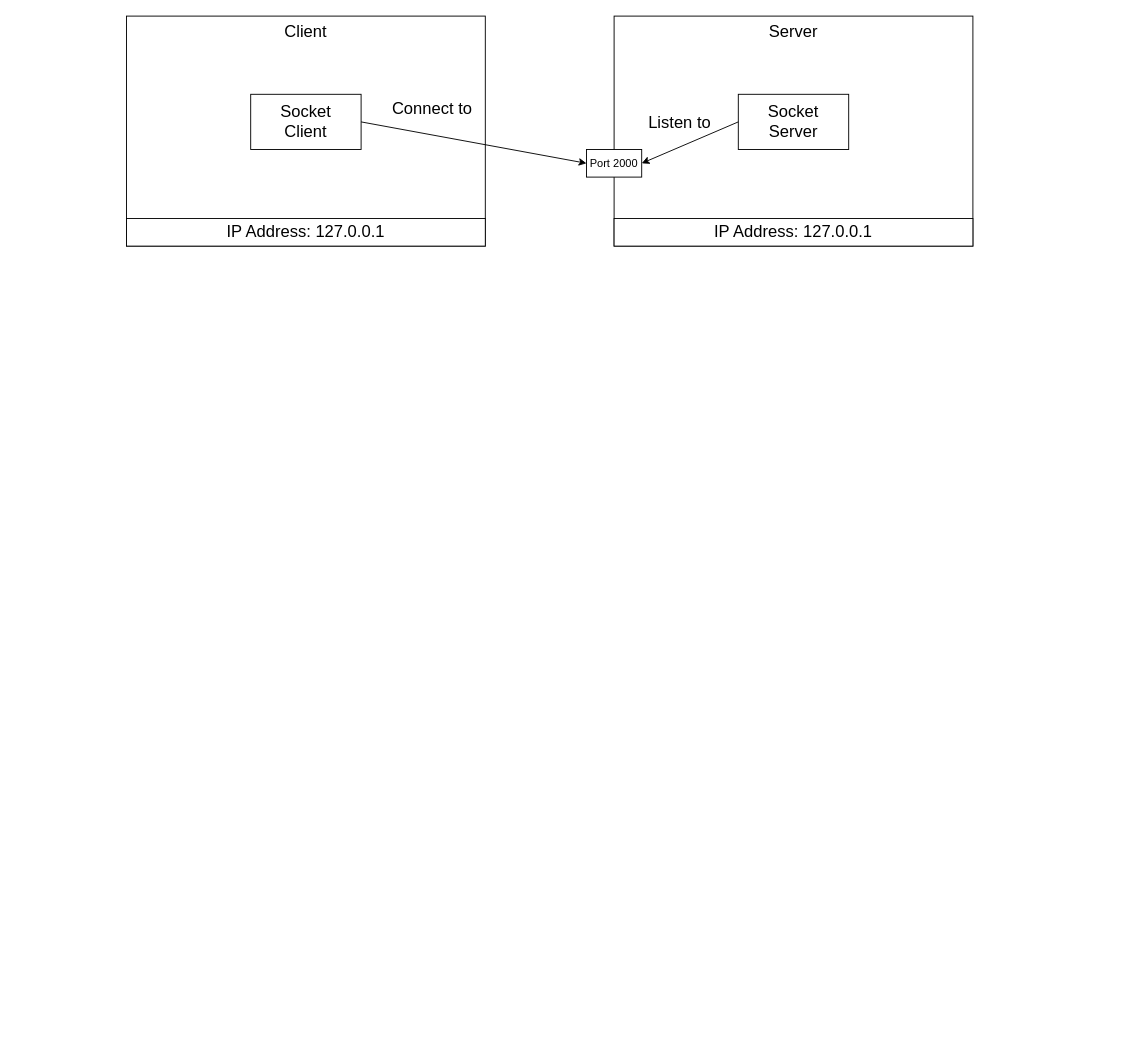
codesmurf/st3its3_teaching keeps this draw.io diagram as page "Page-3" (3 of 5) of 07 Networks/diagrams-networking.drawio. Above is the earlier version. Source tidied: cells renumbered, new cells numbered last; positions are measured from the earlier drawing's top-left corner, leaving out a move shared by most shapes. Both pictures are drawn from the tidied source at 92%, with x=0, y=0 at pixel (126, 16).
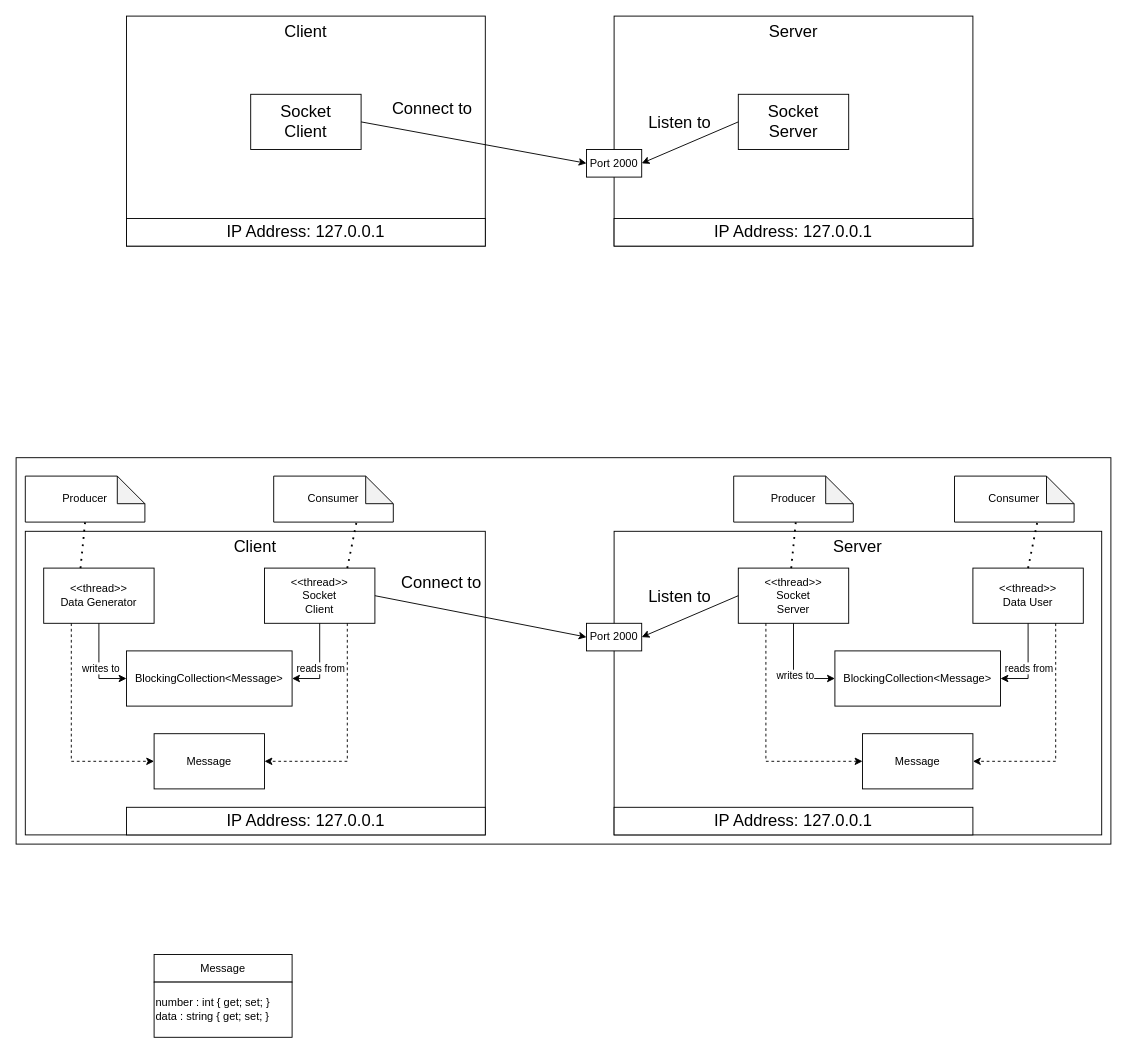
The same page after the edit.

Commit message (it also covers changes not shown here):
added more exercises, with a simple setup sending message objects from client to server using blockingcollection on both sides

The edit, as a diff of the source:
```diff
@@
+    <mxCell id="13" style="rounded=0;whiteSpace=wrap;html=1;" parent="1" vertex="1">
+      <mxGeometry x="-120" y="480" width="1190" height="420" as="geometry" />
+    </mxCell>
@@
+    <mxCell id="14" value="&lt;font style=&quot;font-size: 18px;&quot;&gt;Server&lt;/font&gt;" style="rounded=0;whiteSpace=wrap;html=1;verticalAlign=top;" parent="1" vertex="1">
+      <mxGeometry x="530" y="560" width="530" height="330" as="geometry" />
+    </mxCell>
+    <mxCell id="15" value="Port 2000" style="rounded=0;whiteSpace=wrap;html=1;" parent="1" vertex="1">
+      <mxGeometry x="500" y="660" width="60" height="30" as="geometry" />
+    </mxCell>
+    <mxCell id="16" value="&lt;div&gt;&amp;lt;&amp;lt;thread&amp;gt;&amp;gt;&lt;/div&gt;Socket&lt;br&gt;Server" style="rounded=0;whiteSpace=wrap;html=1;fontSize=12;" parent="1" vertex="1">
+      <mxGeometry x="665" y="600" width="120" height="60" as="geometry" />
+    </mxCell>
+    <mxCell id="17" value="IP Address: 127.0.0.1" style="rounded=0;whiteSpace=wrap;html=1;fontSize=18;" parent="1" vertex="1">
+      <mxGeometry x="530" y="860" width="390" height="30" as="geometry" />
+    </mxCell>
+    <mxCell id="18" style="endArrow=classic;html=1;rounded=0;fontSize=18;entryX=1;entryY=0.5;entryDx=0;entryDy=0;exitX=0;exitY=0.5;exitDx=0;exitDy=0;" parent="1" edge="1" source="16" target="15">
+      <mxGeometry relative="1" as="geometry" />
+    </mxCell>
+    <mxCell id="19" value="Listen to" style="edgeLabel;html=1;align=center;verticalAlign=middle;fontSize=18;" parent="18" vertex="1">
+      <mxGeometry x="-0.45" y="2" relative="1" as="geometry">
+        <mxPoint x="-37" y="-14" as="offset" />
+      </mxGeometry>
+    </mxCell>
+    <mxCell id="20" value="&lt;font style=&quot;font-size: 18px;&quot;&gt;Client&lt;/font&gt;" style="rounded=0;whiteSpace=wrap;html=1;verticalAlign=top;" parent="1" vertex="1">
+      <mxGeometry x="-110" y="560" width="500" height="330" as="geometry" />
+    </mxCell>
+    <mxCell id="21" value="&lt;div&gt;&amp;lt;&amp;lt;thread&amp;gt;&amp;gt;&lt;/div&gt;Socket&lt;br&gt;Client" style="rounded=0;whiteSpace=wrap;html=1;fontSize=12;" parent="1" vertex="1">
+      <mxGeometry x="150" y="600" width="120" height="60" as="geometry" />
+    </mxCell>
+    <mxCell id="22" value="IP Address: 127.0.0.1" style="rounded=0;whiteSpace=wrap;html=1;fontSize=18;" parent="1" vertex="1">
+      <mxGeometry y="860" width="390" height="30" as="geometry" />
+    </mxCell>
+    <mxCell id="23" style="endArrow=classic;html=1;rounded=0;fontSize=18;entryX=0;entryY=0.5;entryDx=0;entryDy=0;exitX=1;exitY=0.5;exitDx=0;exitDy=0;" parent="1" edge="1" source="21" target="15">
+      <mxGeometry relative="1" as="geometry" />
+    </mxCell>
+    <mxCell id="24" value="Connect to" style="edgeLabel;html=1;align=center;verticalAlign=middle;fontSize=18;" parent="23" vertex="1">
+      <mxGeometry x="-0.45" y="2" relative="1" as="geometry">
+        <mxPoint x="8" y="-25" as="offset" />
+      </mxGeometry>
+    </mxCell>
+    <mxCell id="25" value="&lt;div&gt;&amp;lt;&amp;lt;thread&amp;gt;&amp;gt;&lt;/div&gt;Data Generator" style="rounded=0;whiteSpace=wrap;html=1;" parent="1" vertex="1">
+      <mxGeometry x="-90" y="600" width="120" height="60" as="geometry" />
+    </mxCell>
+    <mxCell id="26" value="&lt;div&gt;&amp;lt;&amp;lt;thread&amp;gt;&amp;gt;&lt;/div&gt;Data User" style="rounded=0;whiteSpace=wrap;html=1;" parent="1" vertex="1">
+      <mxGeometry x="920" y="600" width="120" height="60" as="geometry" />
+    </mxCell>
+    <mxCell id="27" value="BlockingCollection&amp;lt;Message&amp;gt;" style="rounded=0;whiteSpace=wrap;html=1;" parent="1" vertex="1">
+      <mxGeometry y="690" width="180" height="60" as="geometry" />
+    </mxCell>
+    <mxCell id="28" value="Message" style="rounded=0;whiteSpace=wrap;html=1;" parent="1" vertex="1">
+      <mxGeometry x="30" y="780" width="120" height="60" as="geometry" />
+    </mxCell>
+    <mxCell id="29" value="BlockingCollection&amp;lt;Message&amp;gt;" style="rounded=0;whiteSpace=wrap;html=1;" parent="1" vertex="1">
+      <mxGeometry x="770" y="690" width="180" height="60" as="geometry" />
+    </mxCell>
+    <mxCell id="30" value="Message" style="rounded=0;whiteSpace=wrap;html=1;" parent="1" vertex="1">
+      <mxGeometry x="800" y="780" width="120" height="60" as="geometry" />
+    </mxCell>
+    <mxCell id="31" style="endArrow=classic;startArrow=none;html=1;rounded=0;startFill=0;exitX=0.5;exitY=1;exitDx=0;exitDy=0;entryX=0;entryY=0.5;entryDx=0;entryDy=0;" parent="1" edge="1" source="25" target="27">
+      <mxGeometry relative="1" as="geometry">
+        <Array as="points">
+          <mxPoint x="-30" y="720" />
+        </Array>
+      </mxGeometry>
+    </mxCell>
+    <mxCell id="32" value="writes to" style="edgeLabel;html=1;align=center;verticalAlign=middle;" parent="31" vertex="1">
+      <mxGeometry x="0.07" y="1" relative="1" as="geometry" />
+    </mxCell>
+    <mxCell id="33" style="endArrow=classic;startArrow=none;html=1;rounded=0;startFill=0;exitX=0.5;exitY=1;exitDx=0;exitDy=0;entryX=0;entryY=0.5;entryDx=0;entryDy=0;" parent="1" edge="1" source="16" target="29">
+      <mxGeometry relative="1" as="geometry">
+        <Array as="points">
+          <mxPoint x="725" y="720" />
+        </Array>
+      </mxGeometry>
+    </mxCell>
+    <mxCell id="34" value="writes to" style="edgeLabel;html=1;align=center;verticalAlign=middle;" parent="33" vertex="1">
+      <mxGeometry x="0.07" y="1" relative="1" as="geometry" />
+    </mxCell>
+    <mxCell id="35" style="endArrow=none;startArrow=classic;html=1;rounded=0;endFill=0;entryX=0.5;entryY=1;entryDx=0;entryDy=0;exitX=1;exitY=0.5;exitDx=0;exitDy=0;" parent="1" edge="1" source="27" target="21">
+      <mxGeometry relative="1" as="geometry">
+        <Array as="points">
+          <mxPoint x="210" y="720" />
+        </Array>
+      </mxGeometry>
+    </mxCell>
+    <mxCell id="36" value="reads from" style="edgeLabel;html=1;align=center;verticalAlign=middle;" parent="35" vertex="1">
+      <mxGeometry x="-0.07" relative="1" as="geometry" />
+    </mxCell>
+    <mxCell id="37" style="endArrow=none;startArrow=classic;html=1;rounded=0;endFill=0;entryX=0.5;entryY=1;entryDx=0;entryDy=0;exitX=1;exitY=0.5;exitDx=0;exitDy=0;" parent="1" edge="1">
+      <mxGeometry relative="1" as="geometry">
+        <mxPoint x="950" y="720" as="sourcePoint" />
+        <mxPoint x="980" y="660" as="targetPoint" />
+        <Array as="points">
+          <mxPoint x="980" y="720" />
+        </Array>
+      </mxGeometry>
+    </mxCell>
+    <mxCell id="38" value="reads from" style="edgeLabel;html=1;align=center;verticalAlign=middle;" parent="37" vertex="1">
+      <mxGeometry x="-0.07" relative="1" as="geometry" />
+    </mxCell>
+    <mxCell id="39" style="endArrow=classic;html=1;rounded=0;dashed=1;exitX=0.25;exitY=1;exitDx=0;exitDy=0;entryX=0;entryY=0.5;entryDx=0;entryDy=0;" parent="1" edge="1" source="25" target="28">
+      <mxGeometry relative="1" as="geometry">
+        <Array as="points">
+          <mxPoint x="-60" y="810" />
+        </Array>
+      </mxGeometry>
+    </mxCell>
+    <mxCell id="40" style="endArrow=classic;html=1;rounded=0;dashed=1;exitX=0.25;exitY=1;exitDx=0;exitDy=0;entryX=0;entryY=0.5;entryDx=0;entryDy=0;" parent="1" edge="1" target="30">
+      <mxGeometry relative="1" as="geometry">
+        <mxPoint x="695" y="660" as="sourcePoint" />
+        <Array as="points">
+          <mxPoint x="695" y="810" />
+        </Array>
+      </mxGeometry>
+    </mxCell>
+    <mxCell id="41" style="endArrow=classic;html=1;rounded=0;dashed=1;exitX=0.25;exitY=1;exitDx=0;exitDy=0;entryX=1;entryY=0.5;entryDx=0;entryDy=0;" parent="1" edge="1" target="28">
+      <mxGeometry relative="1" as="geometry">
+        <mxPoint x="240" y="660" as="sourcePoint" />
+        <Array as="points">
+          <mxPoint x="240" y="810" />
+        </Array>
+      </mxGeometry>
+    </mxCell>
+    <mxCell id="42" style="endArrow=classic;html=1;rounded=0;dashed=1;exitX=0.25;exitY=1;exitDx=0;exitDy=0;entryX=1;entryY=0.5;entryDx=0;entryDy=0;" parent="1" edge="1">
+      <mxGeometry relative="1" as="geometry">
+        <mxPoint x="1010" y="660" as="sourcePoint" />
+        <mxPoint x="920" y="810" as="targetPoint" />
+        <Array as="points">
+          <mxPoint x="1010" y="810" />
+        </Array>
+      </mxGeometry>
+    </mxCell>
+    <mxCell id="43" style="endArrow=none;dashed=1;html=1;dashPattern=1 3;strokeWidth=2;rounded=0;entryX=0.5;entryY=1;entryDx=0;entryDy=0;entryPerimeter=0;" parent="1" edge="1" target="45">
+      <mxGeometry relative="1" as="geometry">
+        <mxPoint x="-50" y="600" as="sourcePoint" />
+      </mxGeometry>
+    </mxCell>
+    <mxCell id="44" style="endArrow=none;dashed=1;html=1;dashPattern=1 3;strokeWidth=2;rounded=0;entryX=0.5;entryY=1;entryDx=0;entryDy=0;exitX=0.75;exitY=0;exitDx=0;exitDy=0;" parent="1" edge="1" source="21">
+      <mxGeometry relative="1" as="geometry">
+        <mxPoint x="250" y="550" as="targetPoint" />
+      </mxGeometry>
+    </mxCell>
+    <mxCell id="45" value="Producer" style="shape=note;whiteSpace=wrap;html=1;backgroundOutline=1;darkOpacity=0.05;" parent="1" vertex="1">
+      <mxGeometry x="-110" y="500" width="130" height="50" as="geometry" />
+    </mxCell>
+    <mxCell id="46" value="Producer" style="shape=note;whiteSpace=wrap;html=1;backgroundOutline=1;darkOpacity=0.05;" parent="1" vertex="1">
+      <mxGeometry x="660" y="500" width="130" height="50" as="geometry" />
+    </mxCell>
+    <mxCell id="47" style="endArrow=none;dashed=1;html=1;dashPattern=1 3;strokeWidth=2;rounded=0;entryX=0.5;entryY=1;entryDx=0;entryDy=0;entryPerimeter=0;" parent="1" edge="1">
+      <mxGeometry relative="1" as="geometry">
+        <mxPoint x="722.5" y="600" as="sourcePoint" />
+        <mxPoint x="727.5" y="550" as="targetPoint" />
+      </mxGeometry>
+    </mxCell>
+    <mxCell id="48" value="Consumer" style="shape=note;whiteSpace=wrap;html=1;backgroundOutline=1;darkOpacity=0.05;" parent="1" vertex="1">
+      <mxGeometry x="160" y="500" width="130" height="50" as="geometry" />
+    </mxCell>
+    <mxCell id="49" style="endArrow=none;dashed=1;html=1;dashPattern=1 3;strokeWidth=2;rounded=0;entryX=0.5;entryY=1;entryDx=0;entryDy=0;exitX=0.75;exitY=0;exitDx=0;exitDy=0;" parent="1" edge="1">
+      <mxGeometry relative="1" as="geometry">
+        <mxPoint x="980" y="600" as="sourcePoint" />
+        <mxPoint x="990" y="550" as="targetPoint" />
+      </mxGeometry>
+    </mxCell>
+    <mxCell id="50" value="Consumer" style="shape=note;whiteSpace=wrap;html=1;backgroundOutline=1;darkOpacity=0.05;" parent="1" vertex="1">
+      <mxGeometry x="900" y="500" width="130" height="50" as="geometry" />
+    </mxCell>
+    <mxCell id="51" value="Message" style="rounded=0;whiteSpace=wrap;html=1;" parent="1" vertex="1">
+      <mxGeometry x="30" y="1020" width="150" height="30" as="geometry" />
+    </mxCell>
+    <mxCell id="52" value="&lt;div&gt;number : int { get; set; }&lt;/div&gt;data : string { get; set; }" style="rounded=0;whiteSpace=wrap;html=1;align=left;" parent="1" vertex="1">
+      <mxGeometry x="30" y="1050" width="150" height="60" as="geometry" />
+    </mxCell>
```
